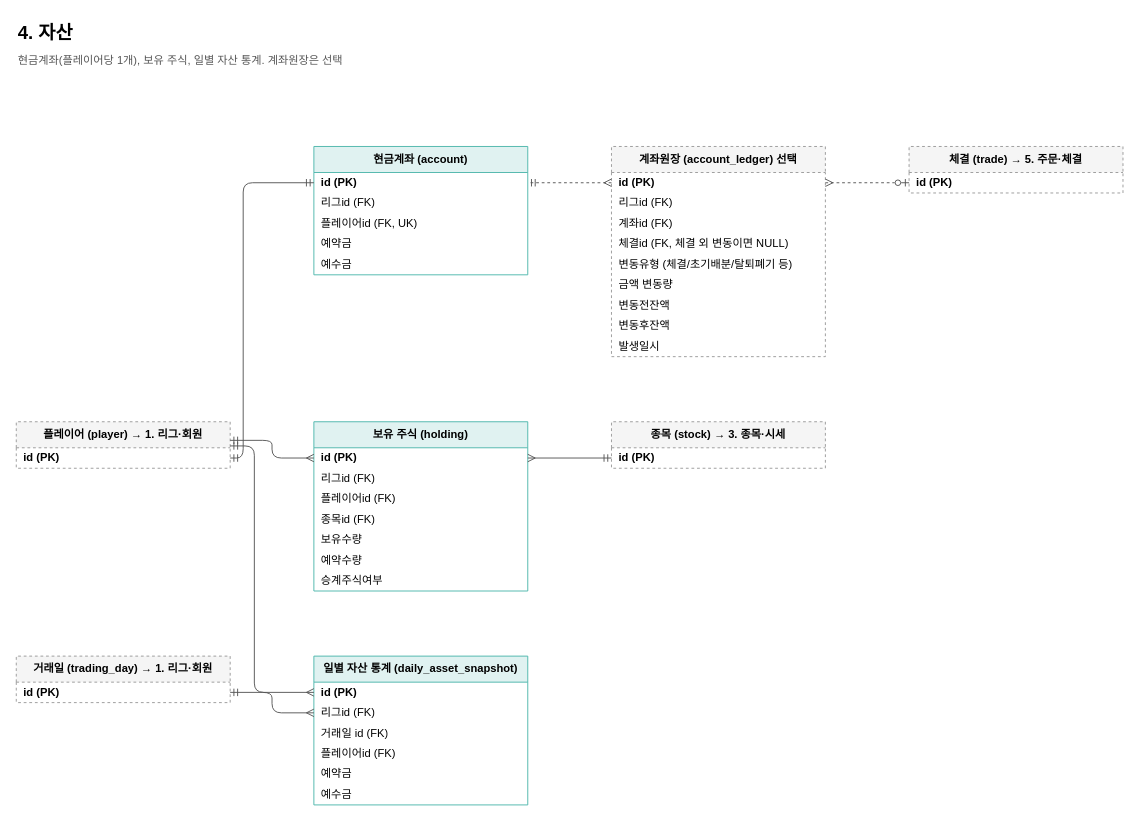
The draw.io diagram page "4. 자산" (5 of 9) of docs/erd/naspi.drawio in JECT-Study/naspi-5th-Server, before the edit. Source tidied: cells renumbered, new cells numbered last; positions are measured from the earlier drawing's top-left corner, leaving out a move shared by most shapes. Both pictures are drawn from the tidied source at 93%, with x=0, y=0 at pixel (16, 16).
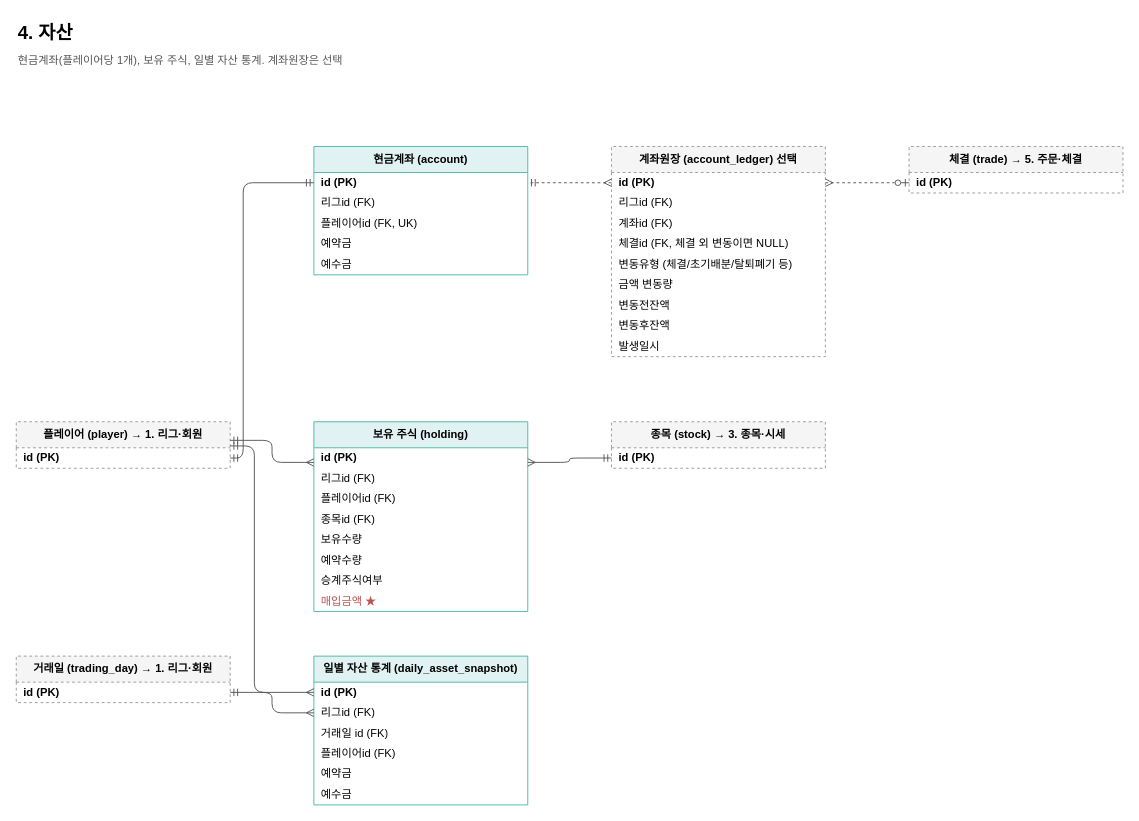
Above is the later version.

What changed in the source:
```diff
@@
     <mxCell id="18" value="보유 주식 (holding)" style="swimlane;fontStyle=1;horizontal=1;startSize=28;html=1;whiteSpace=wrap;fillColor=#e0f2f1;strokeColor=#4db6ac;" parent="1" vertex="1">
-      <mxGeometry x="320" y="436" width="230" height="182" as="geometry" />
+      <mxGeometry x="320" y="436" width="230" height="204" as="geometry" />
     </mxCell>
@@
+    <mxCell id="50" value="매입금액 ★" style="text;strokeColor=none;fillColor=none;align=left;verticalAlign=middle;spacingLeft=6;overflow=hidden;html=1;fontColor=#B85450;" parent="18" vertex="1">
+      <mxGeometry y="182" width="230" height="22" as="geometry" />
+    </mxCell>
```
